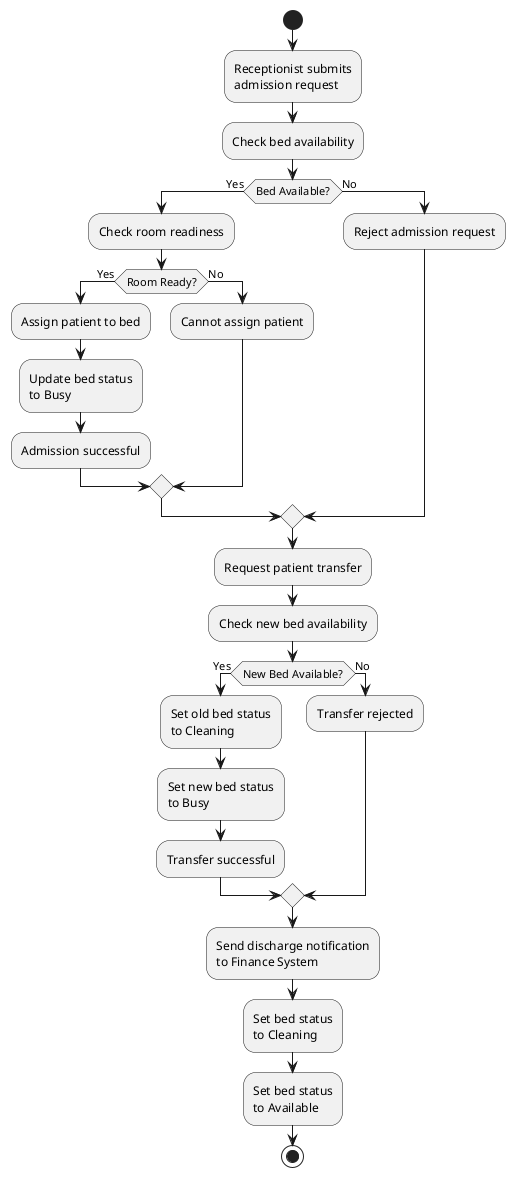
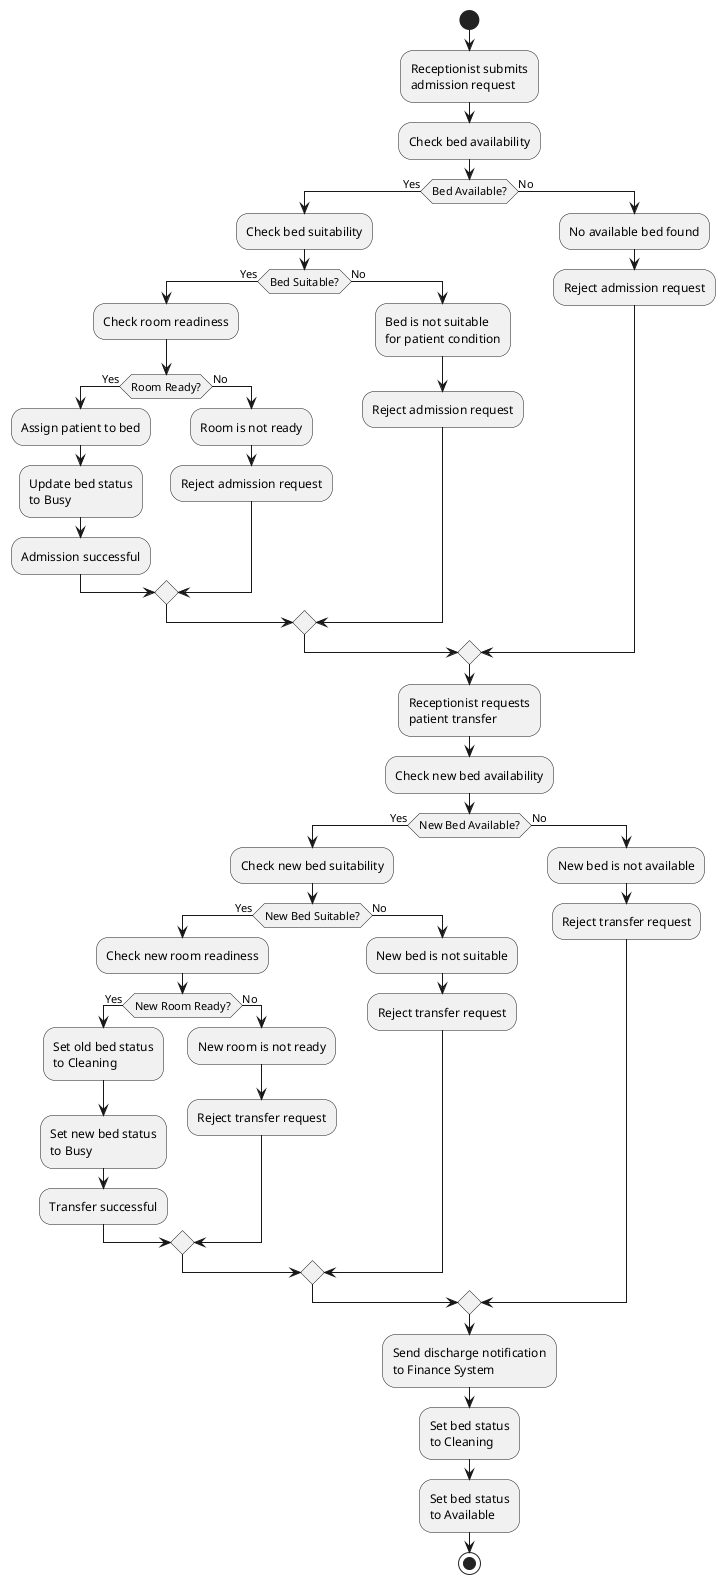
- @startuml logic flow
+ @startuml flow logic

start

- :Receptionist submits\nadmission request;
+ :Receptionist submits
+ admission request;

:Check bed availability;

if (Bed Available?) then (Yes)

-     :Check room readiness;
+     :Check bed suitability;

-     if (Room Ready?) then (Yes)
+     if (Bed Suitable?) then (Yes)

-         :Assign patient to bed;
+         :Check room readiness;

-         :Update bed status\nto Busy;
+         if (Room Ready?) then (Yes)

-         :Admission successful;
+             :Assign patient to bed;
+ 
+             :Update bed status
+ to Busy;
+ 
+             :Admission successful;
+ 
+         else (No)
+ 
+             :Room is not ready;
+ 
+             :Reject admission request;
+ 
+         endif

    else (No)

-         :Cannot assign patient;
+         :Bed is not suitable
+ for patient condition;
+ 
+         :Reject admission request;

    endif

else (No)
+ 
+     :No available bed found;

    :Reject admission request;

endif


- :Request patient transfer;
+ :Receptionist requests
+ patient transfer;

:Check new bed availability;

if (New Bed Available?) then (Yes)

-     :Set old bed status\nto Cleaning;
+     :Check new bed suitability;

-     :Set new bed status\nto Busy;
+     if (New Bed Suitable?) then (Yes)

-     :Transfer successful;
+         :Check new room readiness;
+ 
+         if (New Room Ready?) then (Yes)
+ 
+             :Set old bed status
+ to Cleaning;
+ 
+             :Set new bed status
+ to Busy;
+ 
+             :Transfer successful;
+ 
+         else (No)
+ 
+             :New room is not ready;
+ 
+             :Reject transfer request;
+ 
+         endif
+ 
+     else (No)
+ 
+         :New bed is not suitable;
+ 
+         :Reject transfer request;
+ 
+     endif

else (No)

-     :Transfer rejected;
+     :New bed is not available;
+ 
+     :Reject transfer request;

endif


- :Send discharge notification\nto Finance System;
+ :Send discharge notification
+ to Finance System;

- :Set bed status\nto Cleaning;
+ :Set bed status
+ to Cleaning;

- :Set bed status\nto Available;
+ :Set bed status
+ to Available;

stop

@enduml